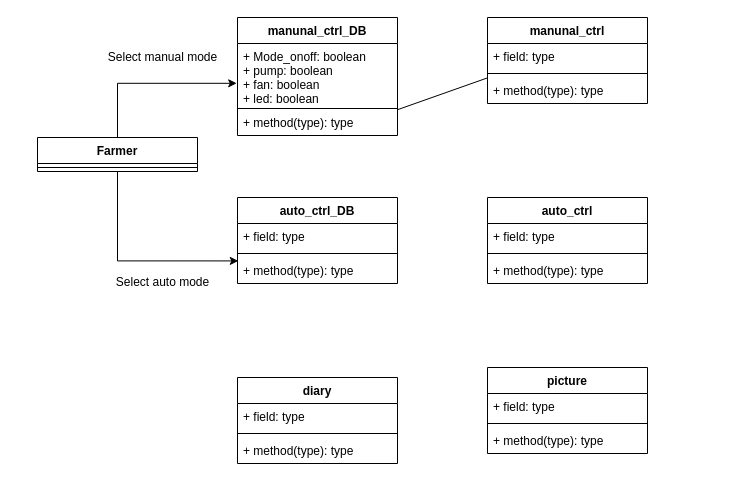
Earlier version of the draw.io diagram 5주차/class_dg.drawio (sonmyungwon/Software-Development). Source tidied: cells renumbered, new cells numbered last; positions are measured from the earlier drawing's top-left corner, leaving out a move shared by most shapes. Both pictures are drawn from the tidied source at 100%, with x=0, y=0 at pixel (37, 17).
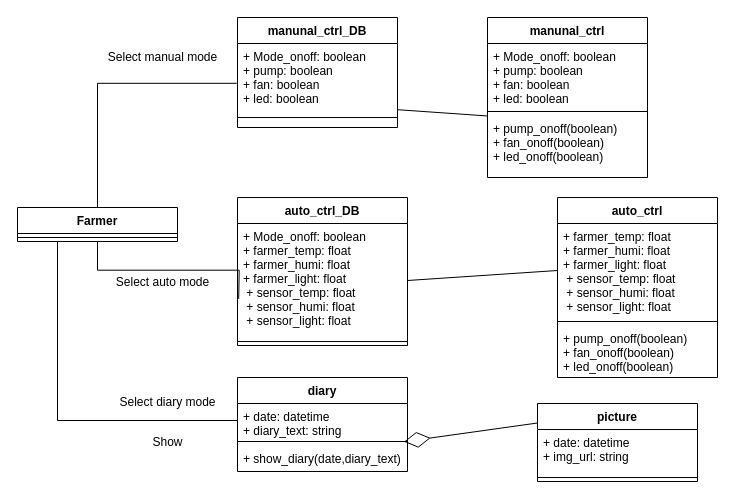
After the change.

The change refers to these unchanged cells:
```xml
<mxCell id="7" value="+ Mode_onoff: boolean&#10;+ pump: boolean&#10;+ fan: boolean&#10;+ led: boolean" style="text;strokeColor=none;fillColor=none;align=left;verticalAlign=top;spacingLeft=4;spacingRight=4;overflow=hidden;points=[[0,0.5],[1,0.5]];portConstraint=eastwest;" parent="6" vertex="1">
  <mxGeometry y="26" width="160" height="64" as="geometry" />
</mxCell>
```

Change to the diagram source:
```diff
@@
-    <mxCell id="2" style="edgeStyle=orthogonalEdgeStyle;rounded=0;jettySize=auto;html=1;exitX=0.5;exitY=0;exitDx=0;exitDy=0;entryX=-0.005;entryY=0.622;entryDx=0;entryDy=0;entryPerimeter=0;" parent="1" edge="1" source="4" target="7">
+    <mxCell id="2" style="edgeStyle=orthogonalEdgeStyle;rounded=0;jettySize=auto;html=1;exitX=0.5;exitY=0;exitDx=0;exitDy=0;entryX=-0.005;entryY=0.622;entryDx=0;entryDy=0;entryPerimeter=0;endArrow=none;endFill=0;" parent="1" edge="1" source="4" target="7">
       <mxGeometry relative="1" as="geometry" />
     </mxCell>
-    <mxCell id="3" style="edgeStyle=orthogonalEdgeStyle;rounded=0;jettySize=auto;html=1;exitX=0.5;exitY=1;exitDx=0;exitDy=0;entryX=0.005;entryY=0.131;entryDx=0;entryDy=0;entryPerimeter=0;" parent="1" edge="1" source="4" target="25">
-      <mxGeometry relative="1" as="geometry" />
+    <mxCell id="3" style="edgeStyle=orthogonalEdgeStyle;rounded=0;jettySize=auto;html=1;exitX=0.5;exitY=1;exitDx=0;exitDy=0;entryX=0.005;entryY=0.131;entryDx=0;entryDy=0;entryPerimeter=0;endArrow=none;endFill=0;" parent="1" edge="1" source="4">
+      <mxGeometry relative="1" as="geometry">
+        <mxPoint x="201.2" y="281.4" as="targetPoint" />
+      </mxGeometry>
     </mxCell>
+    <mxCell id="33" style="edgeStyle=orthogonalEdgeStyle;rounded=0;jettySize=auto;html=1;exitX=0.25;exitY=1;exitDx=0;exitDy=0;entryX=0;entryY=0.5;entryDx=0;entryDy=0;endArrow=none;endFill=0;" parent="1" edge="1" source="4" target="19">
+      <mxGeometry relative="1" as="geometry" />
+    </mxCell>
     <mxCell id="4" value="Farmer" style="swimlane;fontStyle=1;align=center;verticalAlign=top;horizontal=1;startSize=26;" parent="1" vertex="1">
-      <mxGeometry y="120" width="160" height="34" as="geometry" />
+      <mxGeometry x="-20" y="190" width="160" height="34" as="geometry" />
     </mxCell>
@@
     <mxCell id="6" value="manunal_ctrl_DB" style="swimlane;fontStyle=1;align=center;verticalAlign=top;horizontal=1;startSize=26;" parent="1" vertex="1">
-      <mxGeometry x="200" width="160" height="118" as="geometry" />
+      <mxGeometry x="200" width="160" height="110" as="geometry" />
     </mxCell>
@@
     <mxCell id="8" style="line;strokeWidth=1;fillColor=none;align=left;verticalAlign=middle;spacingTop=-1;spacingLeft=3;spacingRight=3;labelPosition=right;strokeColor=inherit;" parent="6" vertex="1">
-      <mxGeometry y="90" width="160" height="2" as="geometry" />
+      <mxGeometry y="90" width="160" height="20" as="geometry" />
     </mxCell>
-    <mxCell id="9" value="+ method(type): type" style="text;strokeColor=none;fillColor=none;align=left;verticalAlign=top;spacingLeft=4;spacingRight=4;overflow=hidden;points=[[0,0.5],[1,0.5]];portConstraint=eastwest;" parent="6" vertex="1">
-      <mxGeometry y="92" width="160" height="26" as="geometry" />
-    </mxCell>
     <mxCell id="10" value="picture" style="swimlane;fontStyle=1;align=center;verticalAlign=top;horizontal=1;startSize=26;" parent="1" vertex="1">
-      <mxGeometry x="450" y="350" width="160" height="86" as="geometry" />
+      <mxGeometry x="500" y="386" width="160" height="78" as="geometry" />
     </mxCell>
-    <mxCell id="11" value="+ field: type" style="text;strokeColor=none;fillColor=none;align=left;verticalAlign=top;spacingLeft=4;spacingRight=4;overflow=hidden;" parent="10" vertex="1">
-      <mxGeometry y="26" width="160" height="26" as="geometry" />
+    <mxCell id="11" value="+ date: datetime&#10;+ img_url: string" style="text;strokeColor=none;fillColor=none;align=left;verticalAlign=top;spacingLeft=4;spacingRight=4;overflow=hidden;" parent="10" vertex="1">
+      <mxGeometry y="26" width="160" height="44" as="geometry" />
     </mxCell>
     <mxCell id="12" style="line;strokeWidth=1;fillColor=none;align=left;verticalAlign=middle;spacingTop=-1;spacingLeft=3;spacingRight=3;labelPosition=right;strokeColor=inherit;" parent="10" vertex="1">
-      <mxGeometry y="52" width="160" height="8" as="geometry" />
+      <mxGeometry y="70" width="160" height="8" as="geometry" />
     </mxCell>
-    <mxCell id="13" value="+ method(type): type" style="text;strokeColor=none;fillColor=none;align=left;verticalAlign=top;spacingLeft=4;spacingRight=4;overflow=hidden;" parent="10" vertex="1">
-      <mxGeometry y="60" width="160" height="26" as="geometry" />
-    </mxCell>
     <mxCell id="14" value="auto_ctrl" style="swimlane;fontStyle=1;align=center;verticalAlign=top;horizontal=1;startSize=26;" parent="1" vertex="1">
-      <mxGeometry x="450" y="180" width="160" height="86" as="geometry" />
+      <mxGeometry x="520" y="180" width="160" height="180" as="geometry" />
     </mxCell>
-    <mxCell id="15" value="+ field: type" style="text;strokeColor=none;fillColor=none;align=left;verticalAlign=top;spacingLeft=4;spacingRight=4;overflow=hidden;points=[[0,0.5],[1,0.5]];portConstraint=eastwest;" parent="14" vertex="1">
-      <mxGeometry y="26" width="160" height="26" as="geometry" />
+    <mxCell id="15" value="+ farmer_temp: float&#10;+ farmer_humi: float&#10;+ farmer_light: float&#10; + sensor_temp: float&#10; + sensor_humi: float&#10; + sensor_light: float&#10;" style="text;strokeColor=none;fillColor=none;align=left;verticalAlign=top;spacingLeft=4;spacingRight=4;overflow=hidden;points=[[0,0.5],[1,0.5]];portConstraint=eastwest;" parent="14" vertex="1">
+      <mxGeometry y="26" width="160" height="94" as="geometry" />
     </mxCell>
     <mxCell id="16" style="line;strokeWidth=1;fillColor=none;align=left;verticalAlign=middle;spacingTop=-1;spacingLeft=3;spacingRight=3;labelPosition=right;strokeColor=inherit;" parent="14" vertex="1">
-      <mxGeometry y="52" width="160" height="8" as="geometry" />
+      <mxGeometry y="120" width="160" height="8" as="geometry" />
     </mxCell>
-    <mxCell id="17" value="+ method(type): type" style="text;strokeColor=none;fillColor=none;align=left;verticalAlign=top;spacingLeft=4;spacingRight=4;overflow=hidden;" parent="14" vertex="1">
-      <mxGeometry y="60" width="160" height="26" as="geometry" />
+    <mxCell id="17" value="+ pump_onoff(boolean)&#10;+ fan_onoff(boolean)&#10;+ led_onoff(boolean)" style="text;strokeColor=none;fillColor=none;align=left;verticalAlign=top;spacingLeft=4;spacingRight=4;overflow=hidden;" parent="14" vertex="1">
+      <mxGeometry y="128" width="160" height="52" as="geometry" />
     </mxCell>
     <mxCell id="18" value="diary" style="swimlane;fontStyle=1;align=center;verticalAlign=top;horizontal=1;startSize=26;" parent="1" vertex="1">
-      <mxGeometry x="200" y="360" width="160" height="86" as="geometry" />
+      <mxGeometry x="200" y="360" width="170" height="94" as="geometry" />
     </mxCell>
-    <mxCell id="19" value="+ field: type" style="text;strokeColor=none;fillColor=none;align=left;verticalAlign=top;spacingLeft=4;spacingRight=4;overflow=hidden;points=[[0,0.5],[1,0.5]];portConstraint=eastwest;" parent="18" vertex="1">
-      <mxGeometry y="26" width="160" height="26" as="geometry" />
+    <mxCell id="19" value="+ date: datetime&#10;+ diary_text: string&#10;" style="text;strokeColor=none;fillColor=none;align=left;verticalAlign=top;spacingLeft=4;spacingRight=4;overflow=hidden;points=[[0,0.5],[1,0.5]];portConstraint=eastwest;" parent="18" vertex="1">
+      <mxGeometry y="26" width="170" height="34" as="geometry" />
     </mxCell>
     <mxCell id="20" style="line;strokeWidth=1;fillColor=none;align=left;verticalAlign=middle;spacingTop=-1;spacingLeft=3;spacingRight=3;labelPosition=right;strokeColor=inherit;" parent="18" vertex="1">
-      <mxGeometry y="52" width="160" height="8" as="geometry" />
+      <mxGeometry y="60" width="170" height="8" as="geometry" />
     </mxCell>
-    <mxCell id="21" value="+ method(type): type" style="text;strokeColor=none;fillColor=none;align=left;verticalAlign=top;spacingLeft=4;spacingRight=4;overflow=hidden;" parent="18" vertex="1">
-      <mxGeometry y="60" width="160" height="26" as="geometry" />
+    <mxCell id="21" value="+ show_diary(date,diary_text)" style="text;strokeColor=none;fillColor=none;align=left;verticalAlign=top;spacingLeft=4;spacingRight=4;overflow=hidden;" parent="18" vertex="1">
+      <mxGeometry y="68" width="170" height="26" as="geometry" />
     </mxCell>
     <mxCell id="22" value="auto_ctrl_DB" style="swimlane;fontStyle=1;align=center;verticalAlign=top;horizontal=1;startSize=26;" parent="1" vertex="1">
-      <mxGeometry x="200" y="180" width="160" height="86" as="geometry" />
+      <mxGeometry x="200" y="180" width="170" height="148" as="geometry" />
     </mxCell>
-    <mxCell id="23" value="+ field: type" style="text;strokeColor=none;fillColor=none;align=left;verticalAlign=top;spacingLeft=4;spacingRight=4;overflow=hidden;points=[[0,0.5],[1,0.5]];portConstraint=eastwest;" parent="22" vertex="1">
-      <mxGeometry y="26" width="160" height="26" as="geometry" />
+    <mxCell id="23" value="+ Mode_onoff: boolean&#10;+ farmer_temp: float&#10;+ farmer_humi: float&#10;+ farmer_light: float&#10; + sensor_temp: float&#10; + sensor_humi: float&#10; + sensor_light: float&#10;" style="text;strokeColor=none;fillColor=none;align=left;verticalAlign=top;spacingLeft=4;spacingRight=4;overflow=hidden;points=[[0,0.5],[1,0.5]];portConstraint=eastwest;" parent="22" vertex="1">
+      <mxGeometry y="26" width="170" height="114" as="geometry" />
     </mxCell>
     <mxCell id="24" style="line;strokeWidth=1;fillColor=none;align=left;verticalAlign=middle;spacingTop=-1;spacingLeft=3;spacingRight=3;labelPosition=right;strokeColor=inherit;" parent="22" vertex="1">
-      <mxGeometry y="52" width="160" height="8" as="geometry" />
+      <mxGeometry y="140" width="170" height="8" as="geometry" />
     </mxCell>
-    <mxCell id="25" value="+ method(type): type" style="text;strokeColor=none;fillColor=none;align=left;verticalAlign=top;spacingLeft=4;spacingRight=4;overflow=hidden;points=[[0,0.5],[1,0.5]];portConstraint=eastwest;" parent="22" vertex="1">
-      <mxGeometry y="60" width="160" height="26" as="geometry" />
-    </mxCell>
     <mxCell id="26" value="manunal_ctrl" style="swimlane;fontStyle=1;align=center;verticalAlign=top;horizontal=1;startSize=26;" parent="1" vertex="1">
-      <mxGeometry x="450" width="160" height="86" as="geometry" />
+      <mxGeometry x="450" width="160" height="160" as="geometry" />
     </mxCell>
-    <mxCell id="27" value="+ field: type" style="text;strokeColor=none;fillColor=none;align=left;verticalAlign=top;spacingLeft=4;spacingRight=4;overflow=hidden;" parent="26" vertex="1">
-      <mxGeometry y="26" width="160" height="26" as="geometry" />
+    <mxCell id="27" value="+ Mode_onoff: boolean&#10;+ pump: boolean&#10;+ fan: boolean&#10;+ led: boolean" style="text;strokeColor=none;fillColor=none;align=left;verticalAlign=top;spacingLeft=4;spacingRight=4;overflow=hidden;" parent="26" vertex="1">
+      <mxGeometry y="26" width="160" height="64" as="geometry" />
     </mxCell>
     <mxCell id="28" style="line;strokeWidth=1;fillColor=none;align=left;verticalAlign=middle;spacingTop=-1;spacingLeft=3;spacingRight=3;labelPosition=right;strokeColor=inherit;" parent="26" vertex="1">
-      <mxGeometry y="52" width="160" height="8" as="geometry" />
+      <mxGeometry y="90" width="160" height="8" as="geometry" />
     </mxCell>
-    <mxCell id="29" value="+ method(type): type" style="text;strokeColor=none;fillColor=none;align=left;verticalAlign=top;spacingLeft=4;spacingRight=4;overflow=hidden;points=[[0,0.5],[1,0.5]];portConstraint=eastwest;" parent="26" vertex="1">
-      <mxGeometry y="60" width="160" height="26" as="geometry" />
+    <mxCell id="29" value="+ pump_onoff(boolean)&#10;+ fan_onoff(boolean)&#10;+ led_onoff(boolean)" style="text;strokeColor=none;fillColor=none;align=left;verticalAlign=top;spacingLeft=4;spacingRight=4;overflow=hidden;points=[[0,0.5],[1,0.5]];portConstraint=eastwest;" parent="26" vertex="1">
+      <mxGeometry y="98" width="160" height="62" as="geometry" />
     </mxCell>
-    <mxCell id="30" style="endArrow=none;html=1;rounded=0;entryX=1;entryY=0.008;entryDx=0;entryDy=0;entryPerimeter=0;exitX=0.003;exitY=0.008;exitDx=0;exitDy=0;exitPerimeter=0;" parent="1" edge="1" source="29" target="9">
-      <mxGeometry relative="1" as="geometry" />
+    <mxCell id="30" style="endArrow=none;html=1;rounded=0;entryX=1;entryY=0.008;entryDx=0;entryDy=0;entryPerimeter=0;exitX=0.003;exitY=0.008;exitDx=0;exitDy=0;exitPerimeter=0;" parent="1" edge="1" source="29">
+      <mxGeometry relative="1" as="geometry">
+        <mxPoint x="360" y="92.2" as="targetPoint" />
+      </mxGeometry>
     </mxCell>
@@
+    <mxCell id="34" value="Select diary mode" style="text;html=1;align=center;verticalAlign=middle;strokeColor=none;fillColor=none;" parent="1" vertex="1">
+      <mxGeometry x="70" y="370" width="120" height="30" as="geometry" />
+    </mxCell>
+    <mxCell id="35" value="Show" style="text;html=1;align=center;verticalAlign=middle;strokeColor=none;fillColor=none;" parent="1" vertex="1">
+      <mxGeometry x="105" y="410" width="50" height="30" as="geometry" />
+    </mxCell>
+    <mxCell id="36" style="endArrow=diamondThin;endFill=0;endSize=24;html=1;rounded=0;entryX=0.979;entryY=1.124;entryDx=0;entryDy=0;exitX=0;exitY=0.25;exitDx=0;exitDy=0;entryPerimeter=0;" parent="1" edge="1" source="10" target="19">
+      <mxGeometry relative="1" as="geometry" />
+    </mxCell>
+    <mxCell id="37" style="endArrow=none;html=1;rounded=0;exitX=1;exitY=0.5;exitDx=0;exitDy=0;entryX=0;entryY=0.5;entryDx=0;entryDy=0;" parent="1" edge="1" source="23" target="15">
+      <mxGeometry relative="1" as="geometry" />
+    </mxCell>
```
